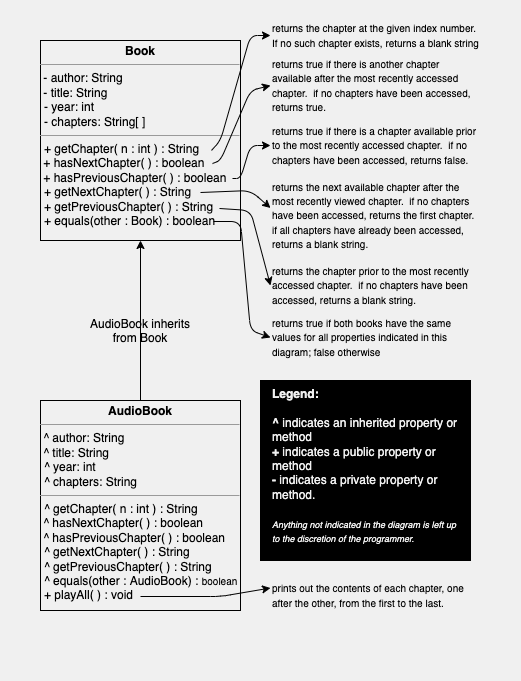
Before: images/uml_diagram.png, a diagram exported from draw.io (java-students-spring2023/exam-2b). Source tidied: cells renumbered, new cells last; positions are measured from the earlier drawing's top-left corner, leaving out a move shared by most shapes.
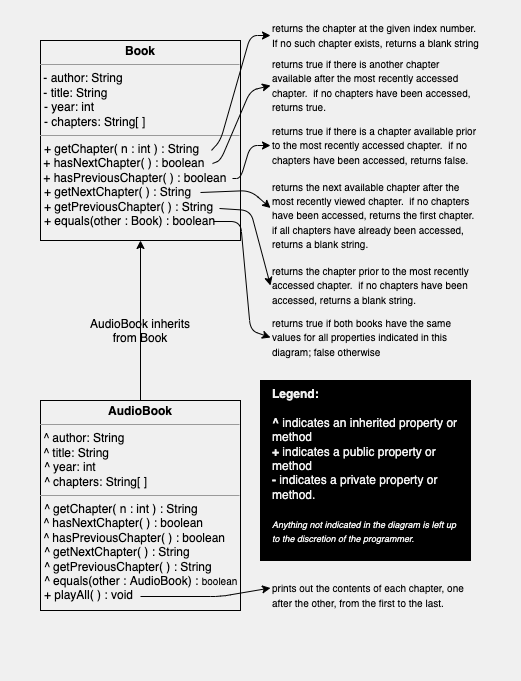
Above is the later version.

Commit message:
audiobook chapters string[ ]

Diff of the diagram source:
```diff
@@ -78,7 +78,7 @@
     <mxCell id="15" value="&lt;font style=&quot;font-size: 10px&quot;&gt;returns true if both books have the same values for all properties indicated in this diagram; false otherwise&lt;/font&gt;" style="text;html=1;strokeColor=none;fillColor=none;align=left;verticalAlign=middle;whiteSpace=wrap;rounded=0;labelBackgroundColor=none;fontColor=#000000;" parent="1" vertex="1">
       <mxGeometry x="270" y="322" width="210" height="30" as="geometry" />
     </mxCell>
-    <mxCell id="16" value="&lt;p style=&quot;margin: 0px ; margin-top: 4px ; text-align: center&quot;&gt;&lt;b&gt;AudioBook&lt;/b&gt;&lt;/p&gt;&lt;hr size=&quot;1&quot;&gt;&amp;nbsp;&lt;font&gt;^&amp;nbsp;author: String&lt;br&gt;&amp;nbsp;^&amp;nbsp;title: String&lt;br&gt;&lt;/font&gt;&lt;p style=&quot;margin: 0px ; margin-left: 4px&quot;&gt;&lt;font&gt;^ year: int&lt;/font&gt;&lt;/p&gt;&lt;p style=&quot;margin: 0px ; margin-left: 4px&quot;&gt;^ chapters: String&lt;/p&gt;&lt;hr size=&quot;1&quot;&gt;&lt;p style=&quot;margin: 0px ; margin-left: 4px&quot;&gt;&lt;span&gt;^ getChapter( n : int ) : String&lt;/span&gt;&lt;br&gt;&lt;/p&gt;&lt;font&gt;&amp;nbsp;^&lt;span&gt;&amp;nbsp;hasNextChapter( ) : boolean&lt;/span&gt;&lt;br&gt;&amp;nbsp;^&lt;span&gt;&amp;nbsp;&lt;/span&gt;&lt;span&gt;hasPreviousChapter( ) : boolean&lt;/span&gt;&lt;/font&gt;&lt;span&gt;&lt;br&gt;&lt;/span&gt;&lt;p style=&quot;margin: 0px ; margin-left: 4px&quot;&gt;^ getNextChapter( ) : String&lt;/p&gt;&lt;p style=&quot;margin: 0px ; margin-left: 4px&quot;&gt;^ getPreviousChapter( ) : String&lt;/p&gt;&lt;p style=&quot;margin: 0px ; margin-left: 4px&quot;&gt;^ equals(other : AudioBook) : &lt;font style=&quot;font-size: 10px&quot;&gt;boolean&lt;/font&gt;&lt;/p&gt;&lt;p style=&quot;margin: 0px 0px 0px 4px&quot;&gt;+ playAll( ) : void&lt;/p&gt;&lt;div&gt;&lt;br&gt;&lt;/div&gt;" style="verticalAlign=top;align=left;overflow=fill;fontSize=12;fontFamily=Helvetica;html=1;fillColor=#F0F0F0;strokeColor=#000000;fontColor=#000000;" parent="1" vertex="1">
+    <mxCell id="16" value="&lt;p style=&quot;margin: 0px ; margin-top: 4px ; text-align: center&quot;&gt;&lt;b&gt;AudioBook&lt;/b&gt;&lt;/p&gt;&lt;hr size=&quot;1&quot;&gt;&amp;nbsp;&lt;font&gt;^&amp;nbsp;author: String&lt;br&gt;&amp;nbsp;^&amp;nbsp;title: String&lt;br&gt;&lt;/font&gt;&lt;p style=&quot;margin: 0px ; margin-left: 4px&quot;&gt;&lt;font&gt;^ year: int&lt;/font&gt;&lt;/p&gt;&lt;p style=&quot;margin: 0px ; margin-left: 4px&quot;&gt;^ chapters: String[ ]&lt;/p&gt;&lt;hr size=&quot;1&quot;&gt;&lt;p style=&quot;margin: 0px ; margin-left: 4px&quot;&gt;&lt;span&gt;^ getChapter( n : int ) : String&lt;/span&gt;&lt;br&gt;&lt;/p&gt;&lt;font&gt;&amp;nbsp;^&lt;span&gt;&amp;nbsp;hasNextChapter( ) : boolean&lt;/span&gt;&lt;br&gt;&amp;nbsp;^&lt;span&gt;&amp;nbsp;&lt;/span&gt;&lt;span&gt;hasPreviousChapter( ) : boolean&lt;/span&gt;&lt;/font&gt;&lt;span&gt;&lt;br&gt;&lt;/span&gt;&lt;p style=&quot;margin: 0px ; margin-left: 4px&quot;&gt;^ getNextChapter( ) : String&lt;/p&gt;&lt;p style=&quot;margin: 0px ; margin-left: 4px&quot;&gt;^ getPreviousChapter( ) : String&lt;/p&gt;&lt;p style=&quot;margin: 0px ; margin-left: 4px&quot;&gt;^ equals(other : AudioBook) : &lt;font style=&quot;font-size: 10px&quot;&gt;boolean&lt;/font&gt;&lt;/p&gt;&lt;p style=&quot;margin: 0px 0px 0px 4px&quot;&gt;+ playAll( ) : void&lt;/p&gt;&lt;div&gt;&lt;br&gt;&lt;/div&gt;" style="verticalAlign=top;align=left;overflow=fill;fontSize=12;fontFamily=Helvetica;html=1;fillColor=#F0F0F0;strokeColor=#000000;fontColor=#000000;" parent="1" vertex="1">
       <mxGeometry x="40" y="400" width="200" height="210" as="geometry" />
     </mxCell>
     <mxCell id="17" style="endArrow=classic;html=1;fontSize=10;fontColor=#F0F0F0;exitX=0.5;exitY=0;exitDx=0;exitDy=0;entryX=0.5;entryY=1;entryDx=0;entryDy=0;strokeColor=#000000;" parent="1" edge="1" source="16">
```
